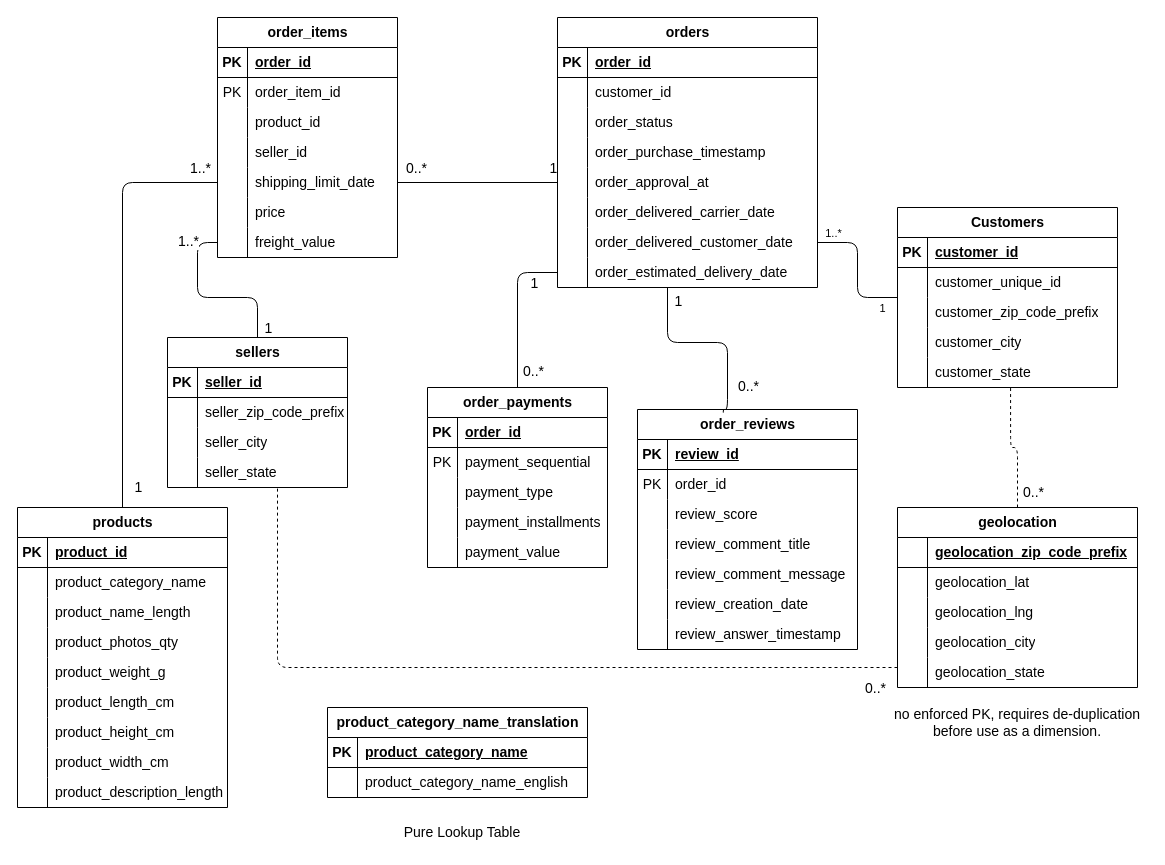
The draw.io diagram architecture/ER Diagram.drawio in chamodSN/olist-ecommerce-data-warehouse, before the edit. Source tidied: cells renumbered, new cells numbered last; positions are measured from the earlier drawing's top-left corner, leaving out a move shared by most shapes. Both pictures are drawn from the tidied source at 100%, with x=0, y=0 at pixel (17, 17).
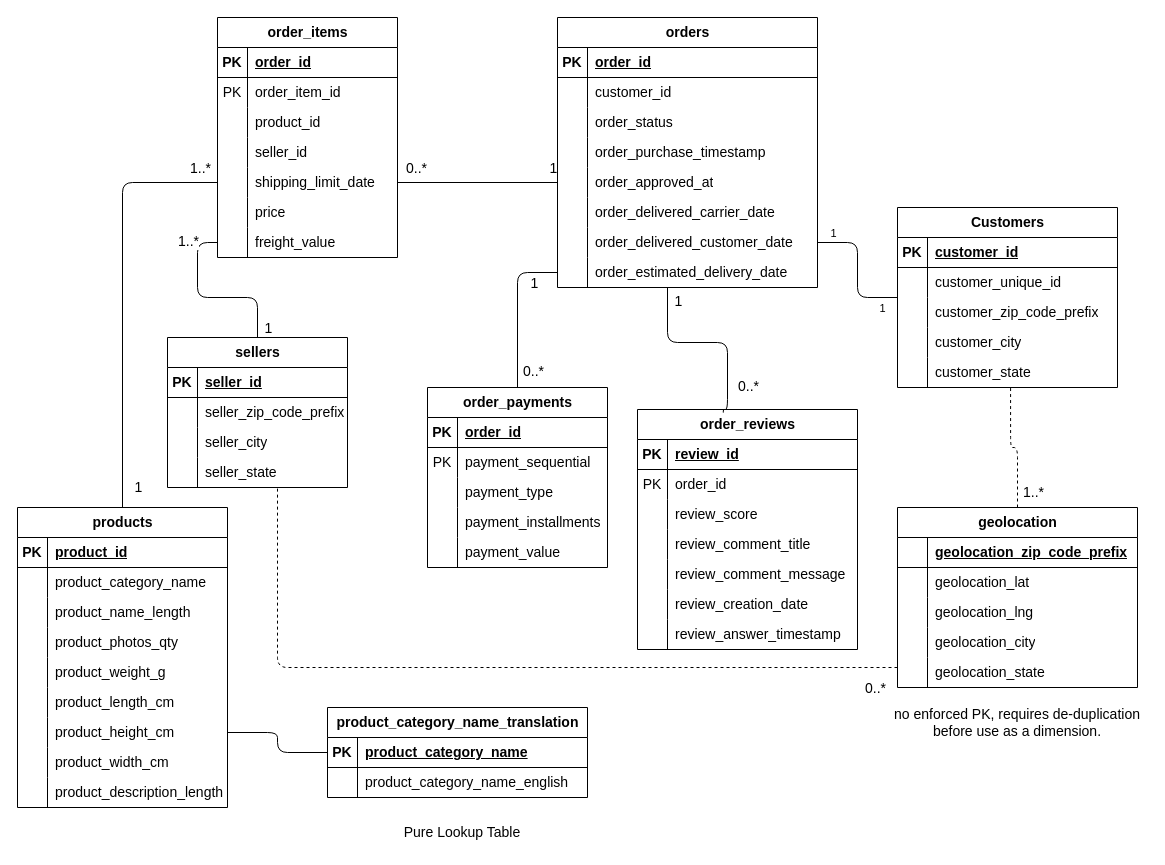
Above is the later version.

Commit message (it also covers changes not shown here):
Update ER model and data quality checks

Refined the ER diagram naming and cardinality details for order approvals and related entities, then expanded the inventory notebook with duplicate, null, type, and orphan analyses across customers, geolocation, sellers, products, orders, payments, reviews, and order items. These checks document the dataset integrity assumptions and confirm the core relational links are valid.

Unchanged cells that the change refers to:
```xml
<mxCell id="40" style="shape=tableRow;horizontal=0;startSize=0;swimlaneHead=0;swimlaneBody=0;fillColor=none;points=[[0,0.5],[1,0.5]];portConstraint=eastwest;top=0;left=0;right=0;bottom=0;fontSize=14;" parent="27" vertex="1">
  <mxGeometry y="150" width="260" height="30" as="geometry" />
</mxCell>
<mxCell id="71" style="shape=tableRow;horizontal=0;startSize=0;swimlaneHead=0;swimlaneBody=0;fillColor=none;points=[[0,0.5],[1,0.5]];portConstraint=eastwest;top=0;left=0;right=0;bottom=0;fontSize=14;" parent="52" vertex="1">
  <mxGeometry y="210" width="210" height="30" as="geometry" />
</mxCell>
<mxCell id="149" style="edgeStyle=orthogonalEdgeStyle;rounded=1;jettySize=auto;html=1;entryX=1;entryY=0.5;entryDx=0;entryDy=0;endArrow=none;endFill=0;curved=0;" parent="1" edge="1" source="152" target="46">
  <mxGeometry relative="1" as="geometry" />
</mxCell>
<mxCell id="169" style="shape=tableRow;horizontal=0;startSize=0;swimlaneHead=0;swimlaneBody=0;fillColor=none;points=[[0,0.5],[1,0.5]];portConstraint=eastwest;top=0;left=0;right=0;bottom=1;fontSize=14;" parent="168" vertex="1">
  <mxGeometry y="30" width="260" height="30" as="geometry" />
</mxCell>
<mxCell id="188" style="edgeStyle=orthogonalEdgeStyle;rounded=1;jettySize=auto;html=1;entryX=0.514;entryY=0.969;entryDx=0;entryDy=0;entryPerimeter=0;curved=0;endArrow=none;endFill=0;dashed=1;" parent="1" edge="1" source="133" target="165">
  <mxGeometry relative="1" as="geometry" />
</mxCell>
```

Diff of the diagram source:
```diff
@@
-    <mxCell id="42" value="order_approval_at" style="shape=partialRectangle;fillColor=none;top=0;left=0;bottom=0;right=0;align=left;spacingLeft=6;overflow=hidden;whiteSpace=wrap;html=1;fontSize=14;" parent="40" vertex="1">
+    <mxCell id="42" value="order_approved_at" style="shape=partialRectangle;fillColor=none;top=0;left=0;bottom=0;right=0;align=left;spacingLeft=6;overflow=hidden;whiteSpace=wrap;html=1;fontSize=14;" parent="40" vertex="1">
       <mxGeometry x="30" width="230" height="30" as="geometry" />
     </mxCell>
@@
-    <mxCell id="150" value="1..*" style="edgeLabel;html=1;align=center;verticalAlign=middle;" parent="149" vertex="1">
+    <mxCell id="150" value="1" style="edgeLabel;html=1;align=center;verticalAlign=middle;" parent="149" vertex="1">
       <mxGeometry x="0.78" y="-3" relative="1" as="geometry">
         <mxPoint y="-7" as="offset" />
       </mxGeometry>
     </mxCell>
@@
-    <mxCell id="189" value="0..*" style="edgeLabel;html=1;align=center;verticalAlign=middle;fontSize=14;" parent="188" vertex="1">
+    <mxCell id="189" value="1..*" style="edgeLabel;html=1;align=center;verticalAlign=middle;fontSize=14;" parent="188" vertex="1">
       <mxGeometry x="-0.71" y="-2" relative="1" as="geometry">
         <mxPoint x="13" y="3" as="offset" />
       </mxGeometry>
     </mxCell>
@@
+    <mxCell id="191" style="edgeStyle=orthogonalEdgeStyle;rounded=1;jettySize=auto;html=1;entryX=1;entryY=0.5;entryDx=0;entryDy=0;endArrow=none;endFill=0;curved=0;" parent="1" edge="1" source="169" target="71">
+      <mxGeometry relative="1" as="geometry" />
+    </mxCell>
```
